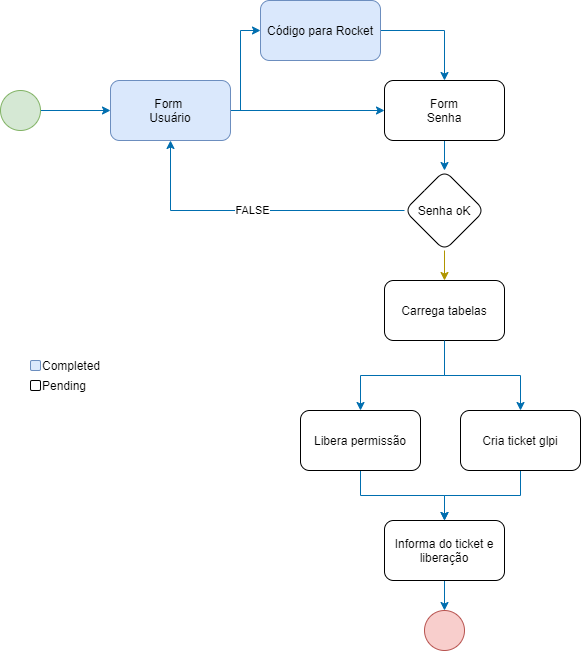
Above: docs/arch.png in samuelrcarvalho/carcereiro-web (draw.io), before the change. Source tidied: cells renumbered, new cells last; positions are measured from the earlier drawing's top-left corner, leaving out a move shared by most shapes.
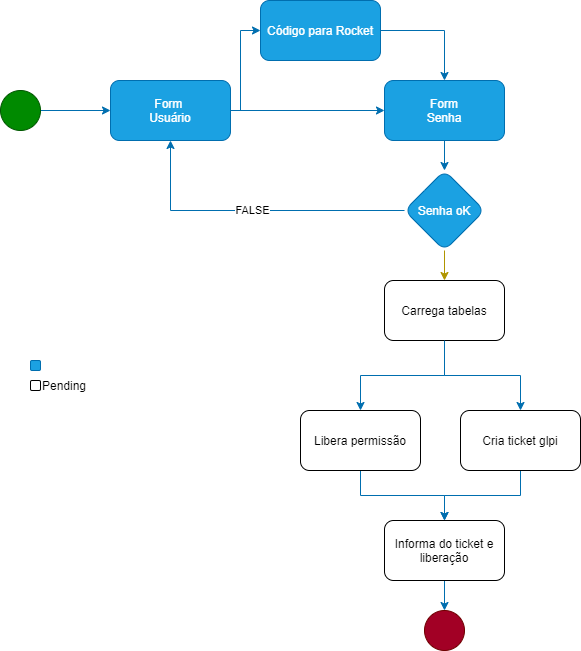
After the change.

Diff of the diagram source:
```diff
@@ -13,19 +13,19 @@
         </Array>
       </mxGeometry>
     </mxCell>
-    <mxCell id="4" value="&lt;div&gt;Form &lt;br&gt;&lt;/div&gt;&lt;div&gt;Usuário&lt;br&gt;&lt;/div&gt;" style="rounded=1;whiteSpace=wrap;html=1;fillColor=#dae8fc;strokeColor=#6c8ebf;" parent="1" vertex="1">
+    <mxCell id="4" value="&lt;div&gt;Form &lt;br&gt;&lt;/div&gt;&lt;div&gt;Usuário&lt;br&gt;&lt;/div&gt;" style="rounded=1;whiteSpace=wrap;html=1;fillColor=#1ba1e2;strokeColor=#006EAF;fontColor=#ffffff;" parent="1" vertex="1">
       <mxGeometry x="110" y="80" width="120" height="60" as="geometry" />
     </mxCell>
     <mxCell id="5" style="edgeStyle=orthogonalEdgeStyle;rounded=0;jettySize=auto;html=1;fillColor=#1ba1e2;strokeColor=#006EAF;" parent="1" edge="1" source="6" target="8">
       <mxGeometry relative="1" as="geometry" />
     </mxCell>
-    <mxCell id="6" value="Código para Rocket" style="rounded=1;whiteSpace=wrap;html=1;fillColor=#dae8fc;strokeColor=#6c8ebf;" parent="1" vertex="1">
+    <mxCell id="6" value="Código para Rocket" style="rounded=1;whiteSpace=wrap;html=1;fillColor=#1ba1e2;strokeColor=#006EAF;fontColor=#ffffff;" parent="1" vertex="1">
       <mxGeometry x="260" width="120" height="60" as="geometry" />
     </mxCell>
     <mxCell id="7" style="edgeStyle=orthogonalEdgeStyle;rounded=0;jettySize=auto;html=1;fillColor=#1ba1e2;strokeColor=#006EAF;" parent="1" edge="1" source="8" target="11">
       <mxGeometry relative="1" as="geometry" />
     </mxCell>
-    <mxCell id="8" value="&lt;div&gt;Form&lt;/div&gt;&lt;div&gt;Senha&lt;br&gt;&lt;/div&gt;" style="rounded=1;whiteSpace=wrap;html=1;" parent="1" vertex="1">
+    <mxCell id="8" value="&lt;div&gt;Form&lt;/div&gt;&lt;div&gt;Senha&lt;br&gt;&lt;/div&gt;" style="rounded=1;whiteSpace=wrap;html=1;fillColor=#1ba1e2;strokeColor=#006EAF;fontColor=#ffffff;" parent="1" vertex="1">
       <mxGeometry x="384" y="80" width="120" height="60" as="geometry" />
     </mxCell>
     <mxCell id="9" value="FALSE" style="edgeStyle=orthogonalEdgeStyle;rounded=0;jettySize=auto;html=1;entryX=0.5;entryY=1;entryDx=0;entryDy=0;fillColor=#1ba1e2;strokeColor=#006EAF;" parent="1" edge="1" source="11" target="4">
@@ -34,7 +34,7 @@
     <mxCell id="10" style="edgeStyle=orthogonalEdgeStyle;rounded=0;jettySize=auto;html=1;fillColor=#e3c800;strokeColor=#B09500;" parent="1" edge="1" source="11" target="13">
       <mxGeometry relative="1" as="geometry" />
     </mxCell>
-    <mxCell id="11" value="Senha oK" style="rhombus;whiteSpace=wrap;html=1;rounded=1;" parent="1" vertex="1">
+    <mxCell id="11" value="Senha oK" style="rhombus;whiteSpace=wrap;html=1;rounded=1;fillColor=#1ba1e2;strokeColor=#006EAF;fontColor=#ffffff;" parent="1" vertex="1">
       <mxGeometry x="404" y="170" width="80" height="80" as="geometry" />
     </mxCell>
     <mxCell id="12" style="edgeStyle=orthogonalEdgeStyle;rounded=0;jettySize=auto;html=1;fillColor=#1ba1e2;strokeColor=#006EAF;" parent="1" edge="1" source="13" target="15">
@@ -67,13 +67,13 @@
     <mxCell id="21" style="edgeStyle=orthogonalEdgeStyle;rounded=0;jettySize=auto;html=1;fillColor=#1ba1e2;strokeColor=#006EAF;" parent="1" edge="1" source="22" target="4">
       <mxGeometry relative="1" as="geometry" />
     </mxCell>
-    <mxCell id="22" style="ellipse;whiteSpace=wrap;html=1;fillColor=#d5e8d4;strokeColor=#82b366;" parent="1" vertex="1">
+    <mxCell id="22" style="ellipse;whiteSpace=wrap;html=1;fillColor=#008a00;strokeColor=#005700;fontColor=#ffffff;" parent="1" vertex="1">
       <mxGeometry y="90" width="40" height="40" as="geometry" />
     </mxCell>
-    <mxCell id="23" style="ellipse;whiteSpace=wrap;html=1;fillColor=#f8cecc;strokeColor=#b85450;" parent="1" vertex="1">
+    <mxCell id="23" style="ellipse;whiteSpace=wrap;html=1;fillColor=#a20025;strokeColor=#6F0000;fontColor=#ffffff;" parent="1" vertex="1">
       <mxGeometry x="424" y="610" width="40" height="40" as="geometry" />
     </mxCell>
-    <mxCell id="24" value="Completed" style="rounded=1;whiteSpace=wrap;html=1;fillColor=#dae8fc;strokeColor=#6c8ebf;labelPosition=right;verticalLabelPosition=middle;align=left;verticalAlign=middle;" parent="1" vertex="1">
+    <mxCell id="24" value="Completed" style="rounded=1;whiteSpace=wrap;html=1;fillColor=#1ba1e2;strokeColor=#006EAF;labelPosition=right;verticalLabelPosition=middle;align=left;verticalAlign=middle;fontColor=#ffffff;" parent="1" vertex="1">
       <mxGeometry x="30" y="360" width="10" height="10" as="geometry" />
     </mxCell>
     <mxCell id="25" value="Pending" style="rounded=1;whiteSpace=wrap;html=1;labelPosition=right;verticalLabelPosition=middle;align=left;verticalAlign=middle;" parent="1" vertex="1">
```
